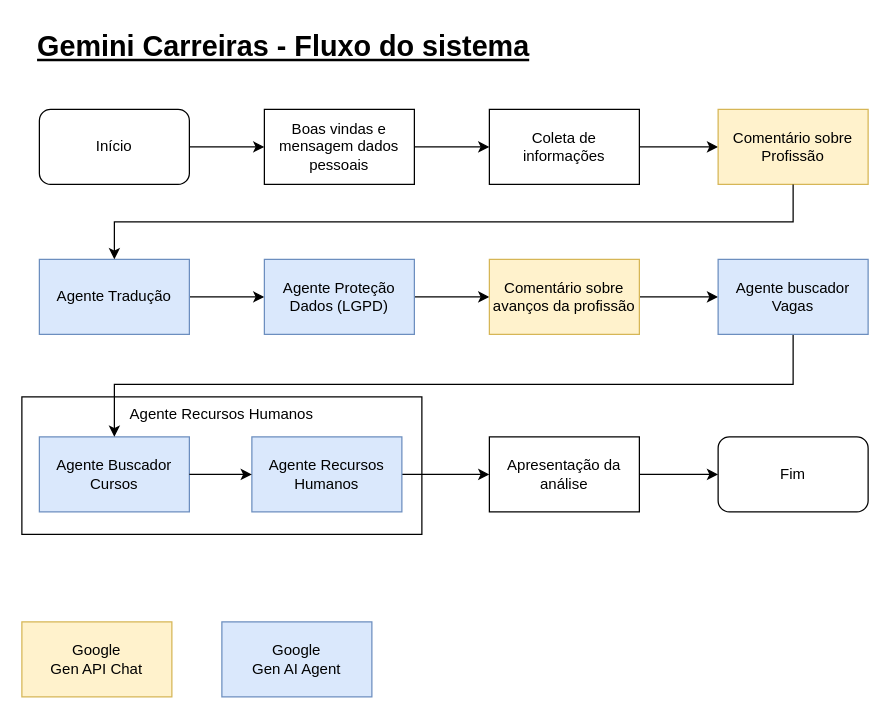
Above: fluxo/Fluxo-Gemini-Carreiras.drawio in knodlerc/gemini-carreiras (draw.io), before the change. Source tidied: cells renumbered, new cells numbered last; positions are measured from the earlier drawing's top-left corner, leaving out a move shared by most shapes. Both pictures are drawn from the tidied source at 125%, with x=0, y=0 at pixel (21, 21).
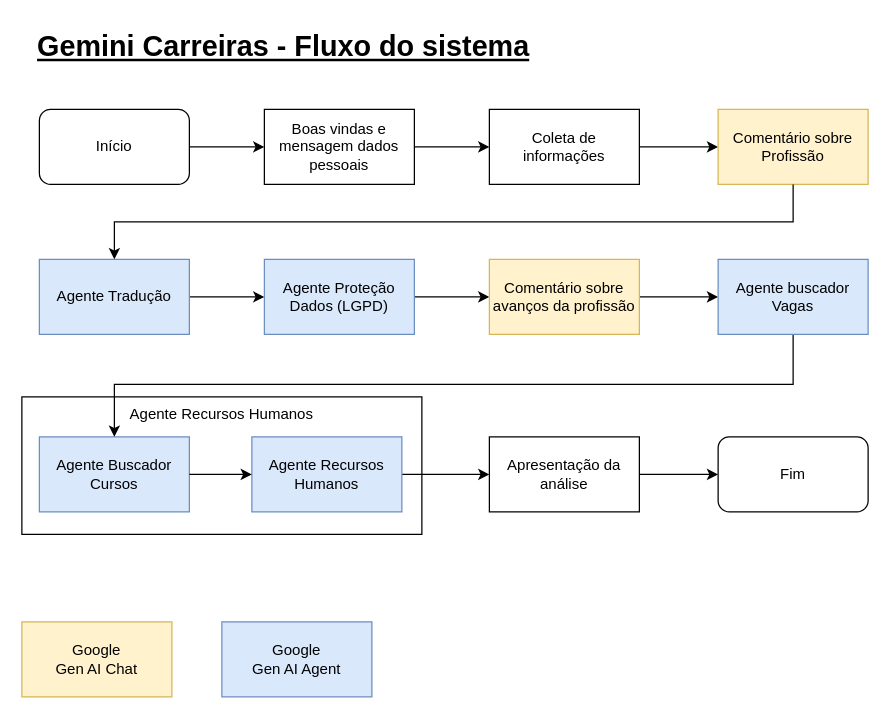
Above is the later version.

The edit, as a diff of the source:
```diff
@@
-    <mxCell id="27" value="Google&lt;div&gt;&lt;span style=&quot;background-color: transparent; color: light-dark(rgb(0, 0, 0), rgb(255, 255, 255));&quot;&gt;Gen API Chat&lt;/span&gt;&lt;/div&gt;" style="rounded=0;whiteSpace=wrap;html=1;fillColor=#fff2cc;strokeColor=#d6b656;" parent="1" vertex="1">
+    <mxCell id="27" value="Google&lt;div&gt;&lt;span style=&quot;background-color: transparent; color: light-dark(rgb(0, 0, 0), rgb(255, 255, 255));&quot;&gt;Gen AI Chat&lt;/span&gt;&lt;/div&gt;" style="rounded=0;whiteSpace=wrap;html=1;fillColor=#fff2cc;strokeColor=#d6b656;" parent="1" vertex="1">
       <mxGeometry y="480" width="120" height="60" as="geometry" />
     </mxCell>
```
